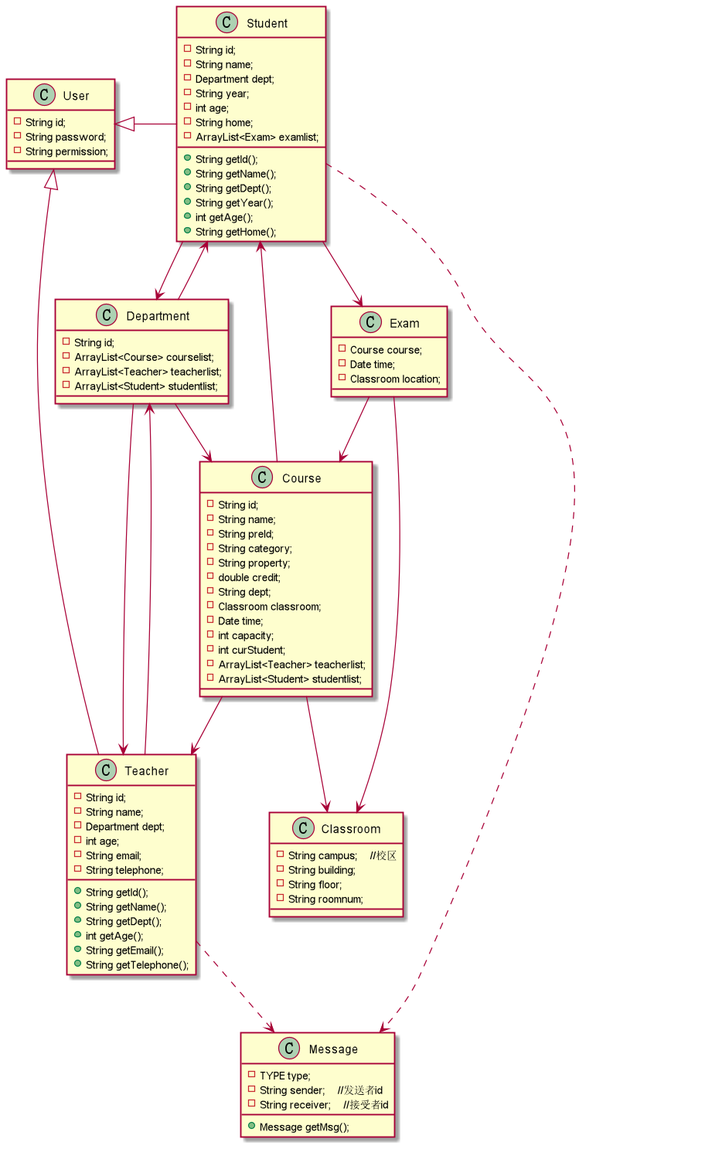
Before: img/class_uml.png, a diagram exported from PlantUML (cpfy/EMS).
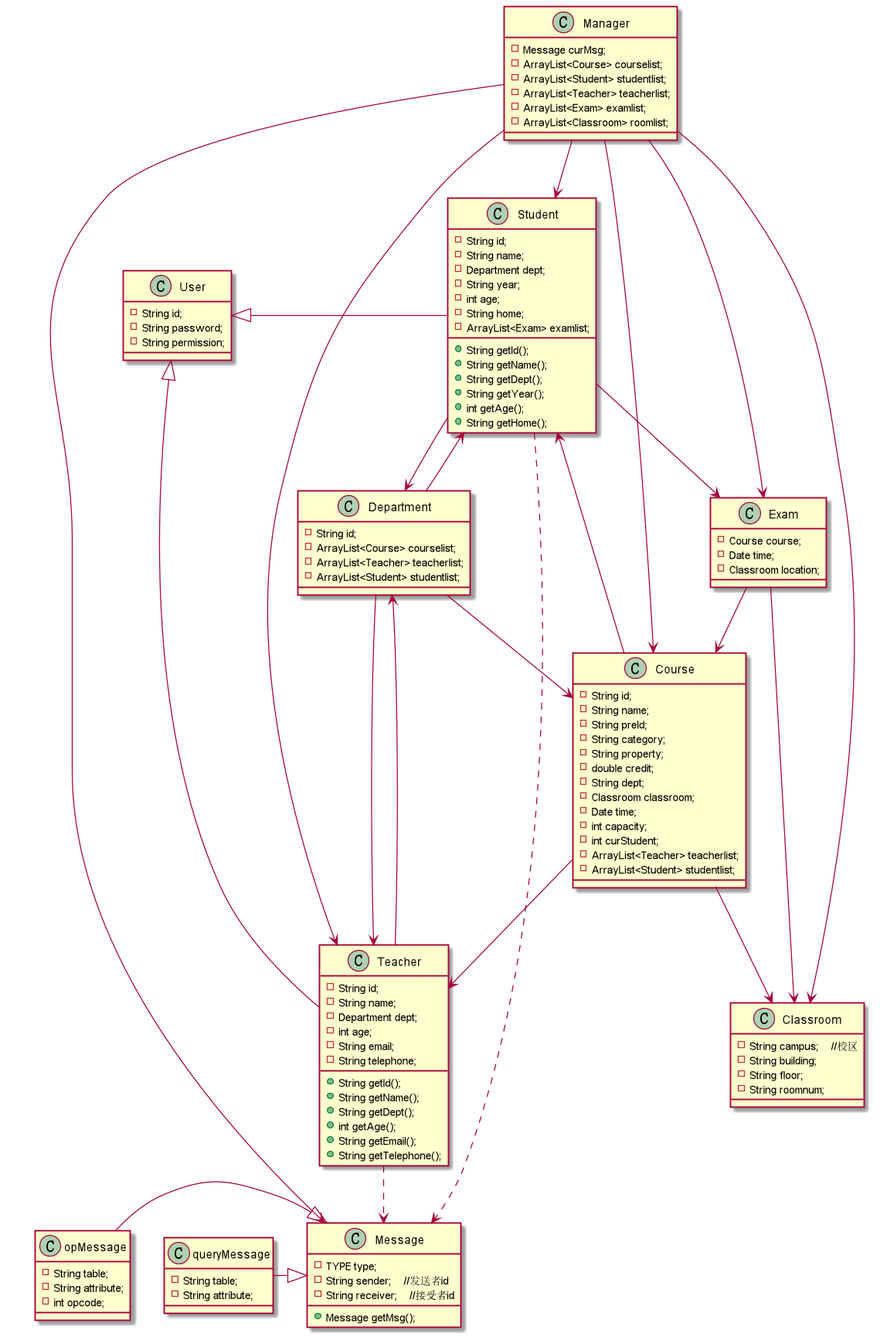
The same diagram one commit later.

Commit message:
更新UML类图; 修改md中类图说明

Diff of the diagram source:
```diff
@@ -76,13 +76,6 @@
     - String roomnum;
 }
 
-class Message {
-    - TYPE type;
-    - String sender;    //发送者id
-    - String receiver;    //接受者id
-    + Message getMsg();
-}
-
 class Exam {
     - Course course;
     - Date time;
@@ -101,4 +94,42 @@
 User <|- Student
 User <|- Teacher
 
+class Message {
+    - TYPE type;
+    - String sender;    //发送者id
+    - String receiver;    //接受者id
+    + Message getMsg();
+}
+
+class queryMessage {
+    - String table;
+    - String attribute;
+}
+
+queryMessage -|> Message
+
+class opMessage {
+    - String table;
+    - String attribute;
+    - int opcode;
+}
+
+opMessage -|> Message
+
+class Manager {
+    - Message curMsg;
+    - ArrayList<Course> courselist;
+    - ArrayList<Student> studentlist;
+    - ArrayList<Teacher> teacherlist;
+    - ArrayList<Exam> examlist;
+    - ArrayList<Classroom> roomlist;
+}
+
+Manager --> Message
+Manager --> Course
+Manager --> Student
+Manager --> Teacher
+Manager --> Exam
+Manager --> Classroom
+
 @enduml
```
